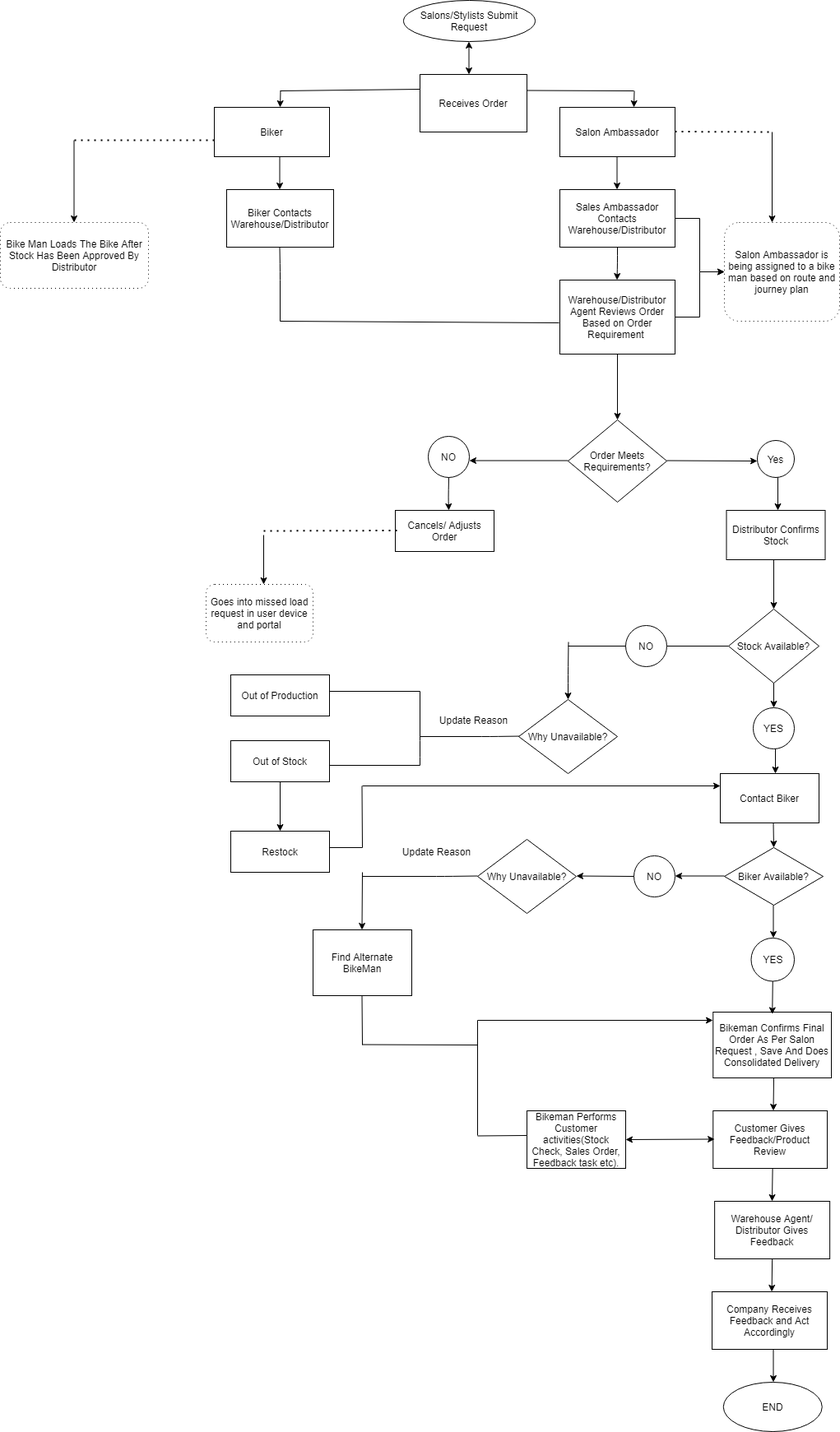
Earlier version of the draw.io export Untitled Diagram2.png (Meiyoure/ddl_internship_quiz). Source tidied: cells renumbered, new cells last; positions are measured from the earlier drawing's top-left corner, leaving out a move shared by most shapes.
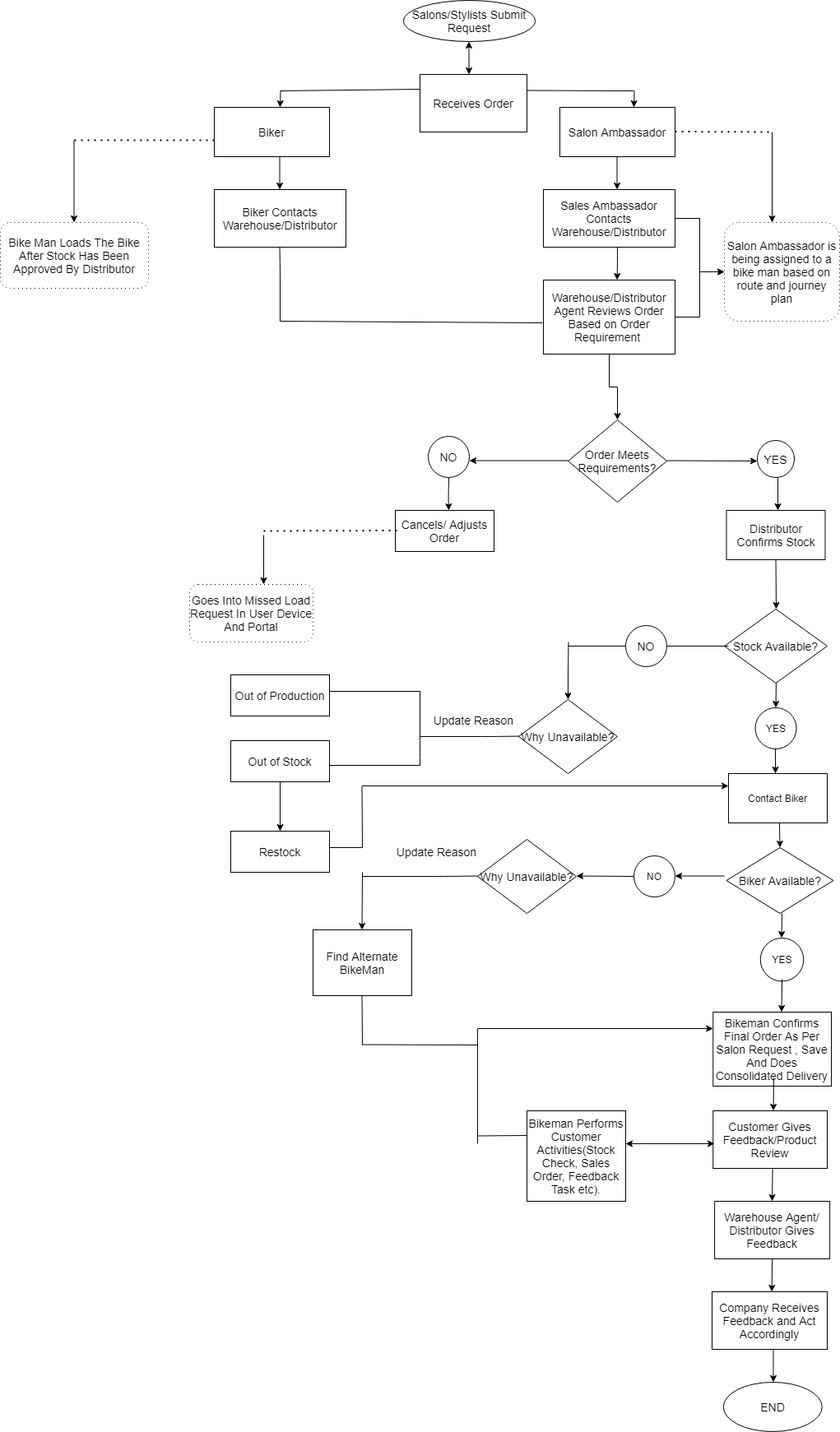
After the commit.

The edit, as a diff of the source:
```diff
@@ -4,6 +4,6 @@
     <mxCell id="1" parent="0" />
-    <mxCell id="2" value="Salons/Stylists Submit Request" style="ellipse;whiteSpace=wrap;html=1;" parent="1" vertex="1">
+    <mxCell id="2" value="&lt;font style=&quot;font-size: 14px&quot;&gt;Salons/Stylists Submit Request&lt;/font&gt;" style="ellipse;whiteSpace=wrap;html=1;" parent="1" vertex="1">
       <mxGeometry x="490" width="160" height="50" as="geometry" />
     </mxCell>
-    <mxCell id="3" value="Receives Order" style="rounded=0;whiteSpace=wrap;html=1;" parent="1" vertex="1">
+    <mxCell id="3" value="&lt;font style=&quot;font-size: 14px&quot;&gt;Receives Order&lt;/font&gt;" style="rounded=0;whiteSpace=wrap;html=1;" parent="1" vertex="1">
       <mxGeometry x="510" y="90" width="130" height="70" as="geometry" />
@@ -13,18 +13,18 @@
     </mxCell>
-    <mxCell id="5" value="Sales Ambassador Contacts Warehouse/Distributor" style="rounded=0;whiteSpace=wrap;html=1;" parent="1" vertex="1">
-      <mxGeometry x="680" y="230" width="140" height="70" as="geometry" />
+    <mxCell id="5" value="&lt;font style=&quot;font-size: 14px&quot;&gt;Sales Ambassador Contacts Warehouse/Distributor&lt;/font&gt;" style="rounded=0;whiteSpace=wrap;html=1;" parent="1" vertex="1">
+      <mxGeometry x="660" y="230" width="160" height="70" as="geometry" />
     </mxCell>
-    <mxCell id="6" value="Salon Ambassador" style="rounded=0;whiteSpace=wrap;html=1;" parent="1" vertex="1">
+    <mxCell id="6" value="&lt;font style=&quot;font-size: 14px&quot;&gt;Salon Ambassador&lt;/font&gt;" style="rounded=0;whiteSpace=wrap;html=1;" parent="1" vertex="1">
       <mxGeometry x="680" y="130" width="140" height="60" as="geometry" />
     </mxCell>
-    <mxCell id="7" value="Order Meets Requirements?" style="rhombus;whiteSpace=wrap;html=1;" parent="1" vertex="1">
+    <mxCell id="7" value="&lt;font style=&quot;font-size: 14px&quot;&gt;Order Meets Requirements?&lt;/font&gt;" style="rhombus;whiteSpace=wrap;html=1;" parent="1" vertex="1">
       <mxGeometry x="690" y="510" width="120" height="100" as="geometry" />
     </mxCell>
-    <mxCell id="8" value="Yes" style="ellipse;whiteSpace=wrap;html=1;" parent="1" vertex="1">
+    <mxCell id="8" value="&lt;font style=&quot;font-size: 14px&quot;&gt;YES&lt;/font&gt;" style="ellipse;whiteSpace=wrap;html=1;" parent="1" vertex="1">
       <mxGeometry x="920" y="535" width="45" height="45" as="geometry" />
     </mxCell>
-    <mxCell id="9" value="Out of Stock" style="rounded=0;whiteSpace=wrap;html=1;" parent="1" vertex="1">
+    <mxCell id="9" value="&lt;font style=&quot;font-size: 14px&quot;&gt;Out of Stock&lt;/font&gt;" style="rounded=0;whiteSpace=wrap;html=1;" parent="1" vertex="1">
       <mxGeometry x="280" y="900" width="120" height="50" as="geometry" />
     </mxCell>
-    <mxCell id="10" value="Cancels/ Adjusts Order" style="rounded=0;whiteSpace=wrap;html=1;" parent="1" vertex="1">
+    <mxCell id="10" value="&lt;font style=&quot;font-size: 14px&quot;&gt;Cancels/ Adjusts Order&lt;/font&gt;" style="rounded=0;whiteSpace=wrap;html=1;" parent="1" vertex="1">
       <mxGeometry x="480" y="620" width="120" height="50" as="geometry" />
@@ -37,3 +37,3 @@
     </mxCell>
-    <mxCell id="12" value="NO" style="ellipse;whiteSpace=wrap;html=1;" parent="1" vertex="1">
+    <mxCell id="12" value="&lt;font style=&quot;font-size: 14px&quot;&gt;NO&lt;/font&gt;" style="ellipse;whiteSpace=wrap;html=1;" parent="1" vertex="1">
       <mxGeometry x="760" y="760" width="50" height="50" as="geometry" />
@@ -41,3 +41,3 @@
     <mxCell id="13" value="YES" style="ellipse;whiteSpace=wrap;html=1;" parent="1" vertex="1">
-      <mxGeometry x="912.5" y="1140" width="52.5" height="52.5" as="geometry" />
+      <mxGeometry x="923.8" y="1140" width="52.5" height="52.5" as="geometry" />
     </mxCell>
@@ -52,12 +52,12 @@
     </mxCell>
-    <mxCell id="15" value="Warehouse Agent/ Distributor Gives Feedback" style="whiteSpace=wrap;html=1;" parent="1" vertex="1">
+    <mxCell id="15" value="&lt;font style=&quot;font-size: 14px&quot;&gt;Warehouse Agent/ Distributor Gives Feedback&lt;/font&gt;" style="whiteSpace=wrap;html=1;" parent="1" vertex="1">
       <mxGeometry x="868.1" y="1460" width="140" height="70" as="geometry" />
     </mxCell>
-    <mxCell id="16" value="Why Unavailable?" style="rhombus;whiteSpace=wrap;html=1;" parent="1" vertex="1">
+    <mxCell id="16" value="&lt;font style=&quot;font-size: 14px&quot;&gt;Why Unavailable?&lt;/font&gt;" style="rhombus;whiteSpace=wrap;html=1;" parent="1" vertex="1">
       <mxGeometry x="580" y="1020" width="120" height="90" as="geometry" />
     </mxCell>
-    <mxCell id="17" value="Find Alternate BikeMan" style="rounded=0;whiteSpace=wrap;html=1;" parent="1" vertex="1">
+    <mxCell id="17" value="&lt;font style=&quot;font-size: 14px&quot;&gt;Find Alternate BikeMan&lt;/font&gt;" style="rounded=0;whiteSpace=wrap;html=1;" parent="1" vertex="1">
       <mxGeometry x="380" y="1130" width="120" height="80" as="geometry" />
     </mxCell>
-    <mxCell id="18" value="Biker" style="rounded=0;whiteSpace=wrap;html=1;" parent="1" vertex="1">
+    <mxCell id="18" value="&lt;font style=&quot;font-size: 14px&quot;&gt;Biker&lt;/font&gt;" style="rounded=0;whiteSpace=wrap;html=1;" parent="1" vertex="1">
       <mxGeometry x="260" y="130" width="140" height="60" as="geometry" />
@@ -88,4 +88,4 @@
     </mxCell>
-    <mxCell id="24" value="Warehouse/Distributor&lt;br&gt;Agent Reviews Order Based on Order Requirement&amp;nbsp;" style="rounded=0;whiteSpace=wrap;html=1;" parent="1" vertex="1">
-      <mxGeometry x="680" y="340" width="140" height="90" as="geometry" />
+    <mxCell id="24" value="&lt;font style=&quot;font-size: 14px&quot;&gt;Warehouse/Distributor&lt;br&gt;Agent Reviews Order Based on Order Requirement&amp;nbsp;&lt;/font&gt;" style="rounded=0;whiteSpace=wrap;html=1;" parent="1" vertex="1">
+      <mxGeometry x="660" y="340" width="160" height="90" as="geometry" />
     </mxCell>
@@ -103,6 +103,6 @@
     </mxCell>
-    <mxCell id="27" value="NO" style="ellipse;whiteSpace=wrap;html=1;" parent="1" vertex="1">
+    <mxCell id="27" value="&lt;font style=&quot;font-size: 14px&quot;&gt;NO&lt;/font&gt;" style="ellipse;whiteSpace=wrap;html=1;" parent="1" vertex="1">
       <mxGeometry x="520" y="530" width="50" height="50" as="geometry" />
     </mxCell>
-    <mxCell id="28" value="Distributor Confirms Stock" style="rounded=0;whiteSpace=wrap;html=1;" parent="1" vertex="1">
+    <mxCell id="28" value="&lt;font style=&quot;font-size: 14px&quot;&gt;Distributor Confirms Stock&lt;/font&gt;" style="rounded=0;whiteSpace=wrap;html=1;" parent="1" vertex="1">
       <mxGeometry x="882.5" y="620" width="120" height="60" as="geometry" />
@@ -118,7 +118,9 @@
     </mxCell>
-    <mxCell id="30" style="endArrow=classic;html=1;entryX=0.5;entryY=0;entryDx=0;entryDy=0;exitX=0.479;exitY=1;exitDx=0;exitDy=0;exitPerimeter=0;" parent="1" edge="1" source="28" target="68">
-      <mxGeometry relative="1" as="geometry" />
+    <mxCell id="30" style="endArrow=classic;html=1;exitX=0.5;exitY=1;exitDx=0;exitDy=0;" parent="1" edge="1" source="28">
+      <mxGeometry relative="1" as="geometry">
+        <mxPoint x="943" y="740" as="targetPoint" />
+      </mxGeometry>
     </mxCell>
-    <mxCell id="31" value="Biker Contacts Warehouse/Distributor" style="rounded=0;whiteSpace=wrap;html=1;" parent="1" vertex="1">
-      <mxGeometry x="275" y="230" width="130" height="70" as="geometry" />
+    <mxCell id="31" value="&lt;font style=&quot;font-size: 14px&quot;&gt;Biker Contacts Warehouse/Distributor&lt;/font&gt;" style="rounded=0;whiteSpace=wrap;html=1;" parent="1" vertex="1">
+      <mxGeometry x="260" y="230" width="160" height="70" as="geometry" />
     </mxCell>
@@ -152,6 +154,6 @@
     <mxCell id="36" value="Contact Biker" style="rounded=0;whiteSpace=wrap;html=1;" parent="1" vertex="1">
-      <mxGeometry x="875" y="940" width="120" height="60" as="geometry" />
+      <mxGeometry x="885" y="940" width="120" height="60" as="geometry" />
     </mxCell>
-    <mxCell id="37" value="Biker Available?" style="rhombus;whiteSpace=wrap;html=1;" parent="1" vertex="1">
-      <mxGeometry x="880" y="1030" width="120" height="70" as="geometry" />
+    <mxCell id="37" value="&lt;font style=&quot;font-size: 14px&quot;&gt;Biker Available?&lt;/font&gt;" style="rhombus;whiteSpace=wrap;html=1;" parent="1" vertex="1">
+      <mxGeometry x="882.5" y="1030" width="130" height="80" as="geometry" />
     </mxCell>
@@ -159,3 +161,3 @@
       <mxGeometry relative="1" as="geometry">
-        <mxPoint x="940" y="820" as="sourcePoint" />
+        <mxPoint x="943" y="820" as="sourcePoint" />
       </mxGeometry>
@@ -172,3 +174,3 @@
     <mxCell id="41" value="YES" style="ellipse;whiteSpace=wrap;html=1;direction=south;" parent="1" vertex="1">
-      <mxGeometry x="915" y="860" width="50" height="50" as="geometry" />
+      <mxGeometry x="917.5" y="860" width="50" height="50" as="geometry" />
     </mxCell>
@@ -182,4 +184,4 @@
       <mxGeometry relative="1" as="geometry">
-        <mxPoint x="939.5" y="1000" as="sourcePoint" />
-        <mxPoint x="940" y="1030" as="targetPoint" />
+        <mxPoint x="947" y="1000" as="sourcePoint" />
+        <mxPoint x="947.5" y="1030" as="targetPoint" />
       </mxGeometry>
@@ -207,6 +209,6 @@
     </mxCell>
-    <mxCell id="47" value="Out of Production" style="rounded=0;whiteSpace=wrap;html=1;" parent="1" vertex="1">
+    <mxCell id="47" value="&lt;font style=&quot;font-size: 14px&quot;&gt;Out of Production&lt;/font&gt;" style="rounded=0;whiteSpace=wrap;html=1;" parent="1" vertex="1">
       <mxGeometry x="280" y="820" width="120" height="50" as="geometry" />
     </mxCell>
-    <mxCell id="48" value="Restock" style="rounded=0;whiteSpace=wrap;html=1;" parent="1" vertex="1">
+    <mxCell id="48" value="&lt;font style=&quot;font-size: 14px&quot;&gt;Restock&lt;/font&gt;" style="rounded=0;whiteSpace=wrap;html=1;" parent="1" vertex="1">
       <mxGeometry x="280" y="1010" width="120" height="50" as="geometry" />
@@ -219,6 +221,6 @@
     </mxCell>
-    <mxCell id="50" value="Bike Man Loads The Bike After Stock Has Been Approved By Distributor" style="shape=ext;rounded=1;html=1;whiteSpace=wrap;dashed=1;dashPattern=1 4;" parent="1" vertex="1">
+    <mxCell id="50" value="&lt;font style=&quot;font-size: 14px&quot;&gt;Bike Man Loads The Bike After Stock Has Been Approved By Distributor&lt;/font&gt;" style="shape=ext;rounded=1;html=1;whiteSpace=wrap;dashed=1;dashPattern=1 4;" parent="1" vertex="1">
       <mxGeometry y="270" width="180" height="80" as="geometry" />
     </mxCell>
-    <mxCell id="51" value="Salon Ambassador is being assigned to a bike man based on route and journey plan" style="shape=ext;rounded=1;html=1;whiteSpace=wrap;dashed=1;dashPattern=1 4;" parent="1" vertex="1">
+    <mxCell id="51" value="&lt;font style=&quot;font-size: 14px&quot;&gt;Salon Ambassador is being assigned to a bike man based on route and journey plan&lt;/font&gt;" style="shape=ext;rounded=1;html=1;whiteSpace=wrap;dashed=1;dashPattern=1 4;" parent="1" vertex="1">
       <mxGeometry x="880" y="270" width="140" height="120" as="geometry" />
@@ -231,4 +233,4 @@
     </mxCell>
-    <mxCell id="53" value="Goes into missed load request in user device and portal" style="shape=ext;rounded=1;html=1;whiteSpace=wrap;dashed=1;dashPattern=1 4;" parent="1" vertex="1">
-      <mxGeometry x="250" y="710" width="130" height="70" as="geometry" />
+    <mxCell id="53" value="&lt;font style=&quot;font-size: 14px&quot;&gt;Goes Into Missed Load Request In User Device And Portal&lt;/font&gt;" style="shape=ext;rounded=1;html=1;whiteSpace=wrap;dashed=1;dashPattern=1 4;" parent="1" vertex="1">
+      <mxGeometry x="230" y="710" width="150" height="70" as="geometry" />
     </mxCell>
@@ -264,7 +266,7 @@
     </mxCell>
-    <mxCell id="59" value="&lt;span&gt;Bikeman Confirms Final Order As Per Salon Request , Save And Does Consolidated Delivery&lt;/span&gt;" style="rounded=0;whiteSpace=wrap;html=1;" parent="1" vertex="1">
-      <mxGeometry x="866.2" y="1230" width="143.8" height="80" as="geometry" />
+    <mxCell id="59" value="&lt;span&gt;&lt;font style=&quot;font-size: 14px&quot;&gt;Bikeman Confirms Final Order As Per Salon Request , Save And Does Consolidated Delivery&lt;/font&gt;&lt;/span&gt;" style="rounded=0;whiteSpace=wrap;html=1;" parent="1" vertex="1">
+      <mxGeometry x="866.2" y="1230" width="143.8" height="90" as="geometry" />
     </mxCell>
-    <mxCell id="60" value="Bikeman Performs Customer activities(Stock Check, Sales Order, Feedback task etc)." style="rounded=0;whiteSpace=wrap;html=1;" parent="1" vertex="1">
-      <mxGeometry x="640" y="1350" width="120" height="70" as="geometry" />
+    <mxCell id="60" value="&lt;font style=&quot;font-size: 14px&quot;&gt;Bikeman Performs Customer Activities(Stock Check, Sales Order, Feedback Task etc).&lt;/font&gt;" style="rounded=0;whiteSpace=wrap;html=1;" parent="1" vertex="1">
+      <mxGeometry x="640" y="1350" width="120" height="110" as="geometry" />
     </mxCell>
@@ -276,3 +278,3 @@
     </mxCell>
-    <mxCell id="62" value="Company Receives Feedback and Act Accordingly" style="rounded=0;whiteSpace=wrap;html=1;" parent="1" vertex="1">
+    <mxCell id="62" value="&lt;font style=&quot;font-size: 14px&quot;&gt;Company Receives Feedback and Act Accordingly&lt;/font&gt;" style="rounded=0;whiteSpace=wrap;html=1;" parent="1" vertex="1">
       <mxGeometry x="865" y="1570" width="140" height="70" as="geometry" />
@@ -285,7 +287,7 @@
     </mxCell>
-    <mxCell id="64" value="END" style="ellipse;whiteSpace=wrap;html=1;" parent="1" vertex="1">
+    <mxCell id="64" value="&lt;font style=&quot;font-size: 14px&quot;&gt;END&lt;/font&gt;" style="ellipse;whiteSpace=wrap;html=1;" parent="1" vertex="1">
       <mxGeometry x="878.8" y="1680" width="120" height="60" as="geometry" />
     </mxCell>
-    <mxCell id="65" value="Update Reason" style="text;html=1;align=center;verticalAlign=middle;" parent="1" vertex="1">
-      <mxGeometry x="525" y="865" width="100" height="20" as="geometry" />
+    <mxCell id="65" value="&lt;font style=&quot;font-size: 14px&quot;&gt;Update Reason&lt;/font&gt;" style="text;html=1;align=center;verticalAlign=middle;" parent="1" vertex="1">
+      <mxGeometry x="520" y="865" width="110" height="20" as="geometry" />
     </mxCell>
@@ -305,4 +307,4 @@
     </mxCell>
-    <mxCell id="68" value="Stock Available?" style="rhombus;whiteSpace=wrap;html=1;" parent="1" vertex="1">
-      <mxGeometry x="885" y="740" width="110" height="90" as="geometry" />
+    <mxCell id="68" value="&lt;font style=&quot;font-size: 14px&quot;&gt;Stock Available?&lt;/font&gt;" style="rhombus;whiteSpace=wrap;html=1;" parent="1" vertex="1">
+      <mxGeometry x="880" y="740" width="125" height="90" as="geometry" />
     </mxCell>
@@ -331,3 +333,3 @@
     </mxCell>
-    <mxCell id="73" value="Why Unavailable?" style="rhombus;whiteSpace=wrap;html=1;" parent="1" vertex="1">
+    <mxCell id="73" value="&lt;font style=&quot;font-size: 14px&quot;&gt;Why Unavailable?&lt;/font&gt;" style="rhombus;whiteSpace=wrap;html=1;" parent="1" vertex="1">
       <mxGeometry x="630" y="850" width="120" height="90" as="geometry" />
@@ -365,4 +367,4 @@
       <mxGeometry relative="1" as="geometry">
-        <mxPoint x="939.5" y="1100" as="sourcePoint" />
-        <mxPoint x="939.5" y="1140" as="targetPoint" />
+        <mxPoint x="950" y="1110" as="sourcePoint" />
+        <mxPoint x="949.5" y="1140" as="targetPoint" />
       </mxGeometry>
@@ -371,4 +373,4 @@
       <mxGeometry relative="1" as="geometry">
-        <mxPoint x="938.8" y="1192.5" as="sourcePoint" />
-        <mxPoint x="938.2" y="1232.5" as="targetPoint" />
+        <mxPoint x="950" y="1190" as="sourcePoint" />
+        <mxPoint x="949.5" y="1230" as="targetPoint" />
       </mxGeometry>
@@ -384,4 +386,4 @@
     </mxCell>
-    <mxCell id="83" value="Update Reason" style="text;html=1;align=center;verticalAlign=middle;" parent="1" vertex="1">
-      <mxGeometry x="480" y="1025" width="100" height="20" as="geometry" />
+    <mxCell id="83" value="&lt;font style=&quot;font-size: 14px&quot;&gt;Update Reason&lt;/font&gt;" style="text;html=1;align=center;verticalAlign=middle;" parent="1" vertex="1">
+      <mxGeometry x="475" y="1025" width="110" height="20" as="geometry" />
     </mxCell>
@@ -402,3 +404,3 @@
     </mxCell>
-    <mxCell id="86" value="Customer Gives Feedback/Product Review" style="rounded=0;whiteSpace=wrap;html=1;" parent="1" vertex="1">
+    <mxCell id="86" value="&lt;font style=&quot;font-size: 14px&quot;&gt;Customer Gives Feedback/Product Review&lt;/font&gt;" style="rounded=0;whiteSpace=wrap;html=1;" parent="1" vertex="1">
       <mxGeometry x="866.2" y="1350" width="138.8" height="70" as="geometry" />
@@ -425,4 +427,4 @@
       <mxGeometry relative="1" as="geometry">
-        <mxPoint x="580" y="1380" as="sourcePoint" />
-        <mxPoint x="580" y="1240" as="targetPoint" />
+        <mxPoint x="580" y="1390" as="sourcePoint" />
+        <mxPoint x="580" y="1250" as="targetPoint" />
       </mxGeometry>
@@ -437,9 +439,9 @@
       <mxGeometry relative="1" as="geometry">
-        <mxPoint x="580" y="1240" as="sourcePoint" />
-        <mxPoint x="866" y="1240" as="targetPoint" />
+        <mxPoint x="580.2" y="1250" as="sourcePoint" />
+        <mxPoint x="866.2" y="1250" as="targetPoint" />
       </mxGeometry>
     </mxCell>
-    <mxCell id="93" style="endArrow=classic;startArrow=classic;html=1;exitX=1;exitY=0.5;exitDx=0;exitDy=0;" parent="1" edge="1" source="60">
+    <mxCell id="93" style="endArrow=classic;startArrow=classic;html=1;exitX=1;exitY=0.364;exitDx=0;exitDy=0;exitPerimeter=0;" parent="1" edge="1" source="60">
       <mxGeometry relative="1" as="geometry">
-        <mxPoint x="868.1" y="1384.5" as="targetPoint" />
+        <mxPoint x="868" y="1390" as="targetPoint" />
       </mxGeometry>
```
